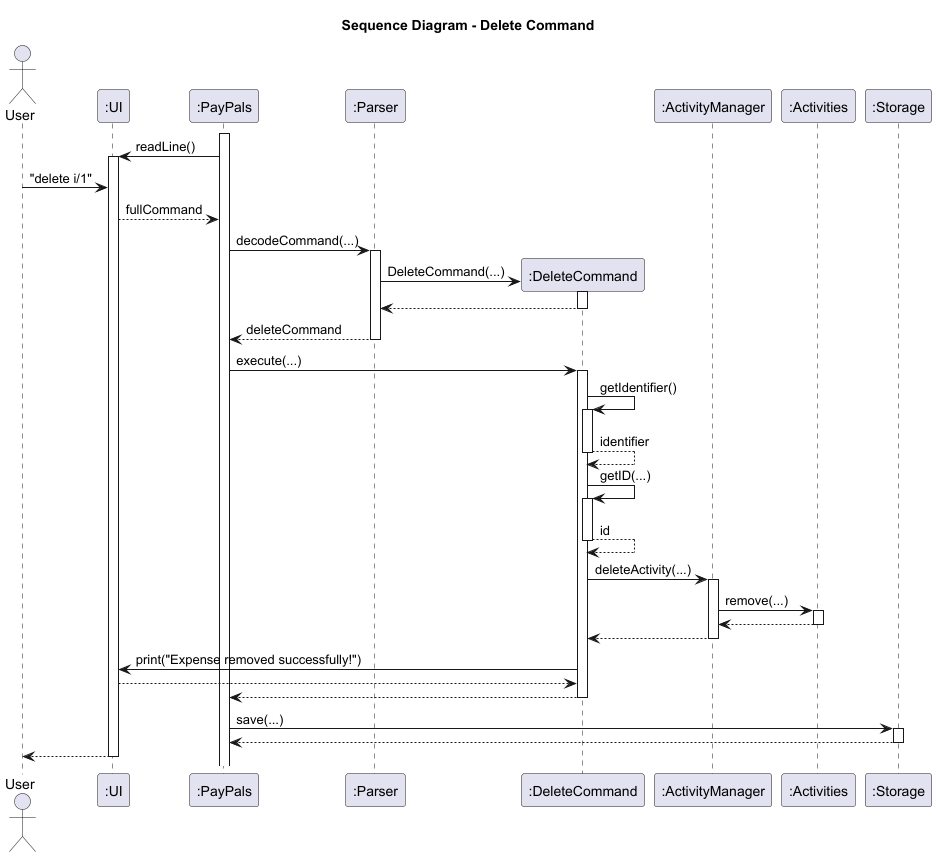
Earlier version of the PlantUML export docs/diagrams/DeleteCommand.png (jing-yen/tp).
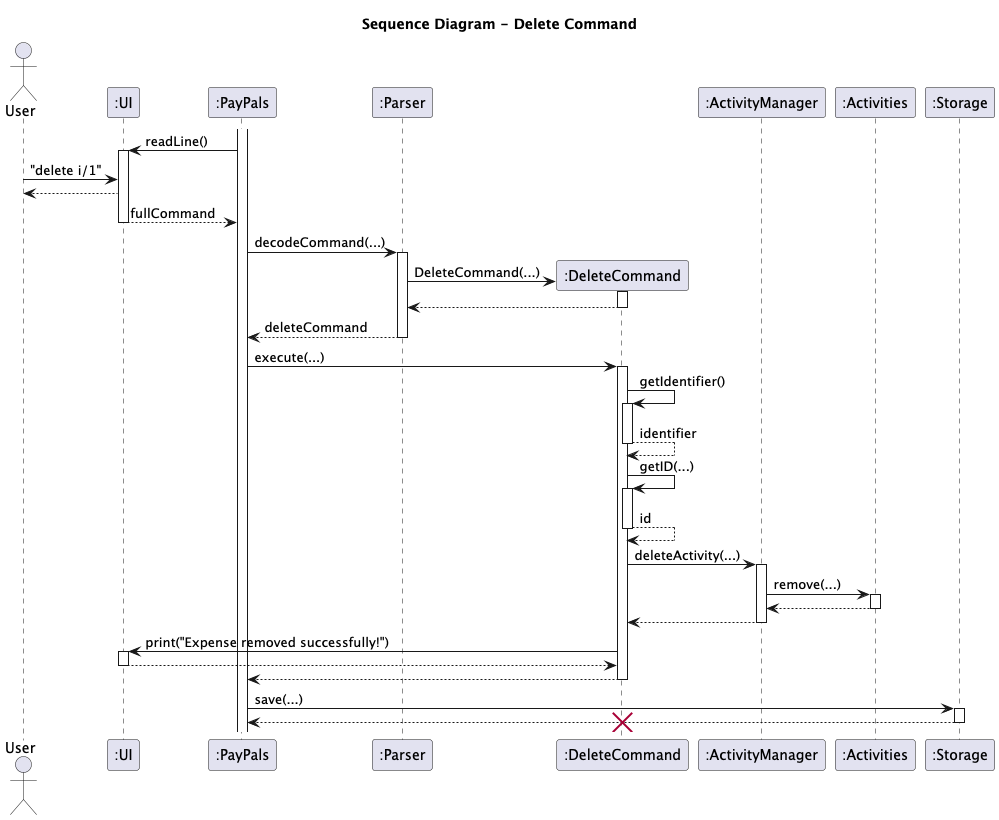
Above is the later version.

Change to the diagram source:
```diff
@@ -16,7 +16,9 @@
 PP -> UI : readLine()
 activate UI
 User -> UI : "delete i/1"
+UI --> User
 UI --> PP : fullCommand
+deactivate UI
 
 PP -> PA : decodeCommand(...)
 activate PA
@@ -47,7 +49,9 @@
 deactivate AM
 
 DC -> UI : print("Expense removed successfully!")
+activate UI
 UI --> DC
+deactivate UI
 PP <-- DC
 deactivate DC
 
@@ -55,6 +59,7 @@
 activate SR
 SR --> PP
 deactivate SR
-UI --> User
-deactivate UI
+
+destroy DC
+
 @enduml
```
